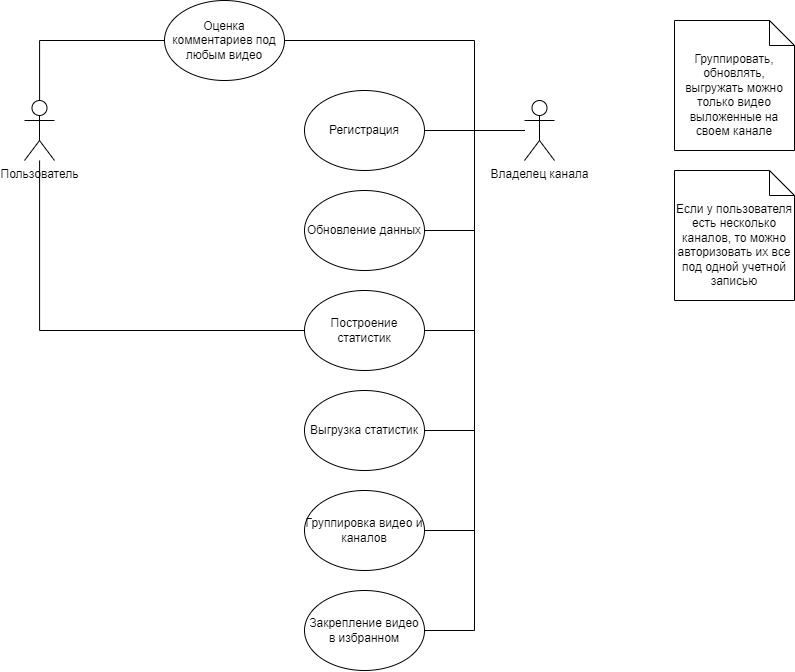
This is docs/images/UseCase.png from Hembos/YoutubeAnalytics, a draw.io export, as it was before one commit. Source tidied: cells renumbered, new cells last; positions are measured from the earlier drawing's top-left corner, leaving out a move shared by most shapes.
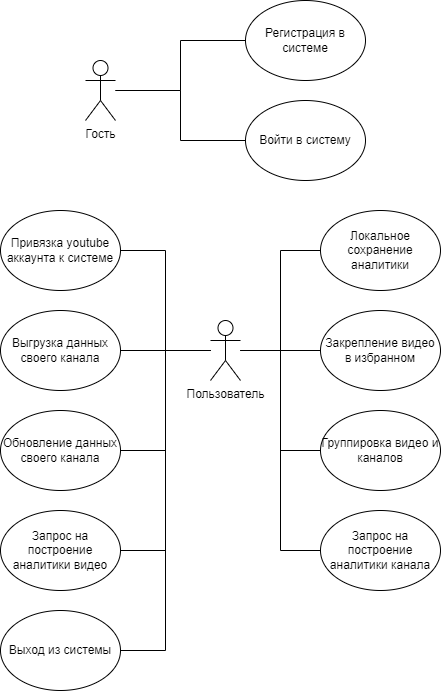
After the commit.

Commit message:
Changed use_case

Change to the diagram source:
```diff
@@ -2,78 +2,77 @@
   <root>
     <mxCell id="0" />
     <mxCell id="1" parent="0" />
-    <mxCell id="2" style="edgeStyle=orthogonalEdgeStyle;rounded=0;jettySize=auto;html=1;entryX=0;entryY=0.5;entryDx=0;entryDy=0;endArrow=none;endFill=0;" parent="1" edge="1" source="4" target="17">
-      <mxGeometry relative="1" as="geometry">
-        <Array as="points">
-          <mxPoint x="15" y="40" />
-        </Array>
-      </mxGeometry>
-    </mxCell>
-    <mxCell id="3" style="edgeStyle=orthogonalEdgeStyle;rounded=0;jettySize=auto;html=1;entryX=0;entryY=0.5;entryDx=0;entryDy=0;endArrow=none;endFill=0;" parent="1" edge="1" source="4" target="16">
-      <mxGeometry relative="1" as="geometry">
-        <Array as="points">
-          <mxPoint x="15" y="330" />
-        </Array>
-      </mxGeometry>
-    </mxCell>
+    <mxCell id="22" style="edgeStyle=orthogonalEdgeStyle;rounded=0;jettySize=auto;html=1;entryX=0;entryY=0.5;entryDx=0;entryDy=0;endArrow=none;endFill=0;" parent="1" edge="1" source="4" target="13">
+      <mxGeometry relative="1" as="geometry" />
+    </mxCell>
+    <mxCell id="23" style="edgeStyle=orthogonalEdgeStyle;rounded=0;jettySize=auto;html=1;endArrow=none;endFill=0;" parent="1" edge="1" source="4" target="28">
+      <mxGeometry relative="1" as="geometry" />
+    </mxCell>
-    <mxCell id="4" value="Пользователь" style="shape=umlActor;verticalLabelPosition=bottom;verticalAlign=top;html=1;outlineConnect=0;" parent="1" vertex="1">
-      <mxGeometry y="100" width="30" height="60" as="geometry" />
+    <mxCell id="4" value="Гость&lt;br&gt;" style="shape=umlActor;verticalLabelPosition=bottom;verticalAlign=top;html=1;outlineConnect=0;" parent="1" vertex="1">
+      <mxGeometry x="55" y="190" width="30" height="60" as="geometry" />
     </mxCell>
-    <mxCell id="5" style="edgeStyle=orthogonalEdgeStyle;rounded=0;jettySize=auto;html=1;entryX=1;entryY=0.5;entryDx=0;entryDy=0;endArrow=none;endFill=0;" parent="1" edge="1" source="12" target="13">
-      <mxGeometry relative="1" as="geometry" />
-    </mxCell>
+    <mxCell id="24" style="edgeStyle=orthogonalEdgeStyle;rounded=0;jettySize=auto;html=1;entryX=1;entryY=0.5;entryDx=0;entryDy=0;endArrow=none;endFill=0;" parent="1" edge="1" source="12" target="29">
+      <mxGeometry relative="1" as="geometry" />
+    </mxCell>
+    <mxCell id="25" style="edgeStyle=orthogonalEdgeStyle;rounded=0;jettySize=auto;html=1;endArrow=none;endFill=0;" parent="1" edge="1" source="12" target="30">
+      <mxGeometry relative="1" as="geometry" />
+    </mxCell>
     <mxCell id="6" style="edgeStyle=orthogonalEdgeStyle;rounded=0;jettySize=auto;html=1;entryX=1;entryY=0.5;entryDx=0;entryDy=0;endArrow=none;endFill=0;" parent="1" edge="1" source="12" target="14">
       <mxGeometry relative="1" as="geometry" />
     </mxCell>
+    <mxCell id="8" style="edgeStyle=orthogonalEdgeStyle;rounded=0;jettySize=auto;html=1;entryX=1;entryY=0.5;entryDx=0;entryDy=0;endArrow=none;endFill=0;" parent="1" edge="1" source="12" target="16">
+      <mxGeometry relative="1" as="geometry" />
+    </mxCell>
-    <mxCell id="7" style="edgeStyle=orthogonalEdgeStyle;rounded=0;jettySize=auto;html=1;entryX=1;entryY=0.5;entryDx=0;entryDy=0;endArrow=none;endFill=0;" parent="1" edge="1" source="12" target="15">
+    <mxCell id="7" style="edgeStyle=orthogonalEdgeStyle;rounded=0;jettySize=auto;html=1;entryX=0;entryY=0.5;entryDx=0;entryDy=0;endArrow=none;endFill=0;" parent="1" edge="1" source="12" target="15">
       <mxGeometry relative="1" as="geometry" />
     </mxCell>
-    <mxCell id="8" style="edgeStyle=orthogonalEdgeStyle;rounded=0;jettySize=auto;html=1;entryX=1;entryY=0.5;entryDx=0;entryDy=0;endArrow=none;endFill=0;" parent="1" edge="1" source="12" target="16">
-      <mxGeometry relative="1" as="geometry" />
-    </mxCell>
+    <mxCell id="10" style="edgeStyle=orthogonalEdgeStyle;rounded=0;jettySize=auto;html=1;entryX=0;entryY=0.5;entryDx=0;entryDy=0;endArrow=none;endFill=0;" parent="1" edge="1" source="12" target="19">
+      <mxGeometry relative="1" as="geometry" />
+    </mxCell>
-    <mxCell id="9" style="edgeStyle=orthogonalEdgeStyle;rounded=0;jettySize=auto;html=1;entryX=1;entryY=0.5;entryDx=0;entryDy=0;endArrow=none;endFill=0;" parent="1" edge="1" source="12" target="18">
+    <mxCell id="9" style="edgeStyle=orthogonalEdgeStyle;rounded=0;jettySize=auto;html=1;entryX=0;entryY=0.5;entryDx=0;entryDy=0;endArrow=none;endFill=0;" parent="1" edge="1" source="12" target="18">
       <mxGeometry relative="1" as="geometry" />
     </mxCell>
-    <mxCell id="10" style="edgeStyle=orthogonalEdgeStyle;rounded=0;jettySize=auto;html=1;entryX=1;entryY=0.5;entryDx=0;entryDy=0;endArrow=none;endFill=0;" parent="1" edge="1" source="12" target="19">
-      <mxGeometry relative="1" as="geometry" />
-    </mxCell>
-    <mxCell id="11" style="edgeStyle=orthogonalEdgeStyle;rounded=0;jettySize=auto;html=1;entryX=1;entryY=0.5;entryDx=0;entryDy=0;endArrow=none;endFill=0;" parent="1" edge="1" source="12" target="17">
-      <mxGeometry relative="1" as="geometry">
-        <Array as="points">
-          <mxPoint x="450" y="130" />
-          <mxPoint x="450" y="40" />
-        </Array>
-      </mxGeometry>
-    </mxCell>
+    <mxCell id="26" style="edgeStyle=orthogonalEdgeStyle;rounded=0;jettySize=auto;html=1;entryX=0;entryY=0.5;entryDx=0;entryDy=0;endArrow=none;endFill=0;" parent="1" edge="1" source="12" target="31">
+      <mxGeometry relative="1" as="geometry" />
+    </mxCell>
+    <mxCell id="27" style="edgeStyle=orthogonalEdgeStyle;rounded=0;jettySize=auto;html=1;entryX=1;entryY=0.5;entryDx=0;entryDy=0;endArrow=none;endFill=0;" parent="1" edge="1" source="12" target="32">
+      <mxGeometry relative="1" as="geometry" />
+    </mxCell>
-    <mxCell id="12" value="Владелец канала" style="shape=umlActor;verticalLabelPosition=bottom;verticalAlign=top;html=1;outlineConnect=0;" parent="1" vertex="1">
-      <mxGeometry x="500" y="100" width="30" height="60" as="geometry" />
+    <mxCell id="12" value="Пользователь" style="shape=umlActor;verticalLabelPosition=bottom;verticalAlign=top;html=1;outlineConnect=0;" parent="1" vertex="1">
+      <mxGeometry x="180" y="450" width="30" height="60" as="geometry" />
     </mxCell>
-    <mxCell id="13" value="Регистрация" style="ellipse;whiteSpace=wrap;html=1;" parent="1" vertex="1">
-      <mxGeometry x="280" y="90" width="120" height="80" as="geometry" />
+    <mxCell id="13" value="Регистрация в системе" style="ellipse;whiteSpace=wrap;html=1;" parent="1" vertex="1">
+      <mxGeometry x="215" y="130" width="120" height="80" as="geometry" />
     </mxCell>
-    <mxCell id="14" value="Обновление данных&lt;br&gt;" style="ellipse;whiteSpace=wrap;html=1;" parent="1" vertex="1">
-      <mxGeometry x="280" y="190" width="120" height="80" as="geometry" />
+    <mxCell id="14" value="Обновление данных своего канала" style="ellipse;whiteSpace=wrap;html=1;" parent="1" vertex="1">
+      <mxGeometry x="-30" y="540" width="120" height="80" as="geometry" />
     </mxCell>
-    <mxCell id="15" value="Выгрузка статистик" style="ellipse;whiteSpace=wrap;html=1;" parent="1" vertex="1">
-      <mxGeometry x="280" y="390" width="120" height="80" as="geometry" />
+    <mxCell id="15" value="Локальное сохранение аналитики" style="ellipse;whiteSpace=wrap;html=1;" parent="1" vertex="1">
+      <mxGeometry x="290" y="340" width="120" height="80" as="geometry" />
     </mxCell>
-    <mxCell id="16" value="Построение статистик" style="ellipse;whiteSpace=wrap;html=1;" parent="1" vertex="1">
-      <mxGeometry x="280" y="290" width="120" height="80" as="geometry" />
+    <mxCell id="16" value="Запрос на построение аналитики видео" style="ellipse;whiteSpace=wrap;html=1;" parent="1" vertex="1">
+      <mxGeometry x="-30" y="640" width="120" height="80" as="geometry" />
     </mxCell>
-    <mxCell id="17" value="Оценка комментариев под любым видео" style="ellipse;whiteSpace=wrap;html=1;" parent="1" vertex="1">
-      <mxGeometry x="140" width="120" height="80" as="geometry" />
-    </mxCell>
     <mxCell id="18" value="Группировка видео и каналов" style="ellipse;whiteSpace=wrap;html=1;" parent="1" vertex="1">
-      <mxGeometry x="280" y="490" width="120" height="80" as="geometry" />
+      <mxGeometry x="290" y="540" width="120" height="80" as="geometry" />
     </mxCell>
     <mxCell id="19" value="Закрепление видео в избранном" style="ellipse;whiteSpace=wrap;html=1;" parent="1" vertex="1">
-      <mxGeometry x="280" y="590" width="120" height="80" as="geometry" />
+      <mxGeometry x="290" y="440" width="120" height="80" as="geometry" />
     </mxCell>
-    <mxCell id="20" value="Если у пользователя есть несколько каналов, то можно авторизовать их все под одной учетной записью" style="shape=note2;boundedLbl=1;whiteSpace=wrap;html=1;size=25;verticalAlign=top;align=center;" parent="1" vertex="1">
-      <mxGeometry x="650" y="170" width="120" height="130" as="geometry" />
-    </mxCell>
-    <mxCell id="21" value="Группировать, обновлять, выгружать можно только видео выложенные на своем канале" style="shape=note2;boundedLbl=1;whiteSpace=wrap;html=1;size=25;verticalAlign=top;align=center;" parent="1" vertex="1">
-      <mxGeometry x="650" y="20" width="120" height="130" as="geometry" />
-    </mxCell>
+    <mxCell id="28" value="Войти в систему" style="ellipse;whiteSpace=wrap;html=1;" parent="1" vertex="1">
+      <mxGeometry x="215" y="230" width="120" height="80" as="geometry" />
+    </mxCell>
+    <mxCell id="29" value="Привязка youtube аккаунта к системе" style="ellipse;whiteSpace=wrap;html=1;" parent="1" vertex="1">
+      <mxGeometry x="-30" y="340" width="120" height="80" as="geometry" />
+    </mxCell>
+    <mxCell id="30" value="Выгрузка данных своего канала" style="ellipse;whiteSpace=wrap;html=1;" parent="1" vertex="1">
+      <mxGeometry x="-30" y="440" width="120" height="80" as="geometry" />
+    </mxCell>
+    <mxCell id="31" value="Запрос на построение аналитики канала" style="ellipse;whiteSpace=wrap;html=1;" parent="1" vertex="1">
+      <mxGeometry x="290" y="640" width="120" height="80" as="geometry" />
+    </mxCell>
+    <mxCell id="32" value="Выход из системы" style="ellipse;whiteSpace=wrap;html=1;" parent="1" vertex="1">
+      <mxGeometry x="-30" y="740" width="120" height="80" as="geometry" />
+    </mxCell>
   </root>
 </mxGraphModel>
```
